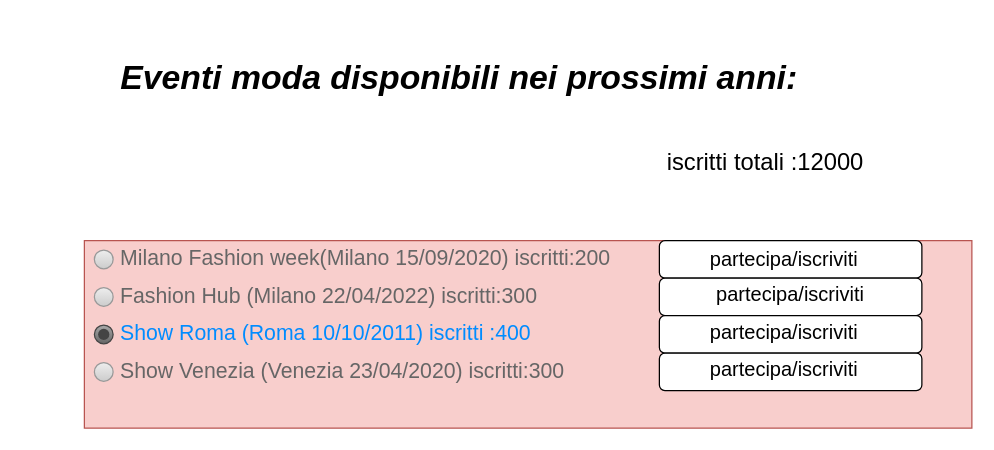
The draw.io diagram Untitled Diagram.drawio in giuliacangani02/wireframe, before the edit. Source tidied: cells renumbered, new cells numbered last; positions are measured from the earlier drawing's top-left corner, leaving out a move shared by most shapes. Both pictures are drawn from the tidied source at 125%, with x=0, y=0 at pixel (71, 21).
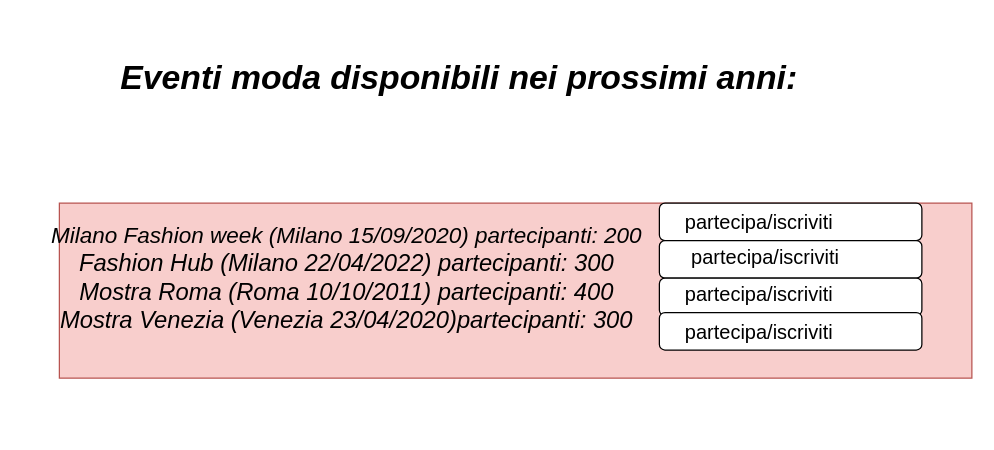
The same page after the edit.

Diff of the diagram source:
```diff
@@
 <mxGraphModel background="#ffffff">
   <root>
     <mxCell id="0" />
     <mxCell id="1" parent="0" />
-    <mxCell id="2" style="strokeWidth=1;shadow=0;dashed=0;align=center;html=1;shape=mxgraph.mockup.forms.rrect;rSize=0;strokeColor=#b85450;fillColor=#f8cecc;" parent="1" vertex="1">
-      <mxGeometry x="10" y="175" width="710" height="150" as="geometry" />
+    <mxCell id="2" style="strokeWidth=1;shadow=0;dashed=0;align=center;html=1;shape=mxgraph.mockup.forms.rrect;rSize=0;strokeColor=#b85450;fillColor=#f8cecc;fontSize=15;" parent="1" vertex="1">
+      <mxGeometry x="-10" y="145" width="730" height="140" as="geometry" />
     </mxCell>
-    <mxCell id="3" value="Milano Fashion week(Milano 15/09/2020) iscritti:200" style="shape=ellipse;rSize=0;fillColor=#eeeeee;strokeColor=#999999;gradientColor=#cccccc;html=1;align=left;spacingLeft=4;fontSize=17;fontColor=#666666;labelPosition=right;" parent="2" vertex="1">
-      <mxGeometry x="8" y="7.5" width="15" height="15" as="geometry" />
-    </mxCell>
-    <mxCell id="4" value="Fashion Hub (Milano 22/04/2022) iscritti:300" style="shape=ellipse;rSize=0;fillColor=#eeeeee;strokeColor=#999999;gradientColor=#cccccc;html=1;align=left;spacingLeft=4;fontSize=17;fontColor=#666666;labelPosition=right;" parent="2" vertex="1">
-      <mxGeometry x="8" y="37.5" width="15" height="15" as="geometry" />
-    </mxCell>
-    <mxCell id="5" value="Show Roma (Roma 10/10/2011) iscritti :400" style="shape=ellipse;rSize=0;fillColor=#aaaaaa;strokeColor=#444444;gradientColor=#666666;html=1;align=left;spacingLeft=4;fontSize=17;fontColor=#008cff;labelPosition=right;" parent="2" vertex="1">
-      <mxGeometry x="8" y="67.5" width="15" height="15" as="geometry" />
-    </mxCell>
-    <mxCell id="6" style="shape=ellipse;fillColor=#444444;strokeColor=none;html=1;" parent="5" vertex="1">
-      <mxGeometry x="3" y="3" width="9" height="9" as="geometry" />
-    </mxCell>
-    <mxCell id="7" value="Show Venezia (Venezia 23/04/2020) iscritti:300" style="shape=ellipse;rSize=0;fillColor=#eeeeee;strokeColor=#999999;gradientColor=#cccccc;html=1;align=left;spacingLeft=4;fontSize=17;fontColor=#666666;labelPosition=right;" parent="2" vertex="1">
-      <mxGeometry x="8" y="97.5" width="15" height="15" as="geometry" />
-    </mxCell>
     <mxCell id="8" style="rounded=1;whiteSpace=wrap;html=1;fontSize=16;" parent="2" vertex="1">
-      <mxGeometry x="460" width="210" height="30" as="geometry" />
+      <mxGeometry x="480" width="210" height="30" as="geometry" />
     </mxCell>
     <mxCell id="9" value="partecipa/iscriviti" style="text;html=1;strokeColor=none;fillColor=none;align=center;verticalAlign=middle;whiteSpace=wrap;rounded=0;fontSize=16;" parent="2" vertex="1">
       <mxGeometry x="540" y="5" width="40" height="20" as="geometry" />
     </mxCell>
     <mxCell id="10" style="rounded=1;whiteSpace=wrap;html=1;fontSize=16;" parent="2" vertex="1">
-      <mxGeometry x="460" y="30" width="210" height="30" as="geometry" />
+      <mxGeometry x="480" y="30" width="210" height="30" as="geometry" />
     </mxCell>
     <mxCell id="11" value="partecipa/iscriviti" style="text;html=1;strokeColor=none;fillColor=none;align=center;verticalAlign=middle;whiteSpace=wrap;rounded=0;fontSize=16;" parent="2" vertex="1">
       <mxGeometry x="545" y="32.5" width="40" height="20" as="geometry" />
     </mxCell>
     <mxCell id="12" style="rounded=1;whiteSpace=wrap;html=1;fontSize=16;" parent="2" vertex="1">
-      <mxGeometry x="460" y="60" width="210" height="30" as="geometry" />
+      <mxGeometry x="480" y="60" width="210" height="30" as="geometry" />
     </mxCell>
     <mxCell id="13" value="partecipa/iscriviti" style="text;html=1;strokeColor=none;fillColor=none;align=center;verticalAlign=middle;whiteSpace=wrap;rounded=0;fontSize=16;" parent="2" vertex="1">
       <mxGeometry x="540" y="62.5" width="40" height="20" as="geometry" />
     </mxCell>
     <mxCell id="14" style="rounded=1;whiteSpace=wrap;html=1;fontSize=16;" parent="2" vertex="1">
-      <mxGeometry x="460" y="90" width="210" height="30" as="geometry" />
+      <mxGeometry x="480" y="87.5" width="210" height="30" as="geometry" />
     </mxCell>
     <mxCell id="15" value="partecipa/iscriviti" style="text;html=1;strokeColor=none;fillColor=none;align=center;verticalAlign=middle;whiteSpace=wrap;rounded=0;fontSize=16;" parent="2" vertex="1">
       <mxGeometry x="540" y="92.5" width="40" height="20" as="geometry" />
     </mxCell>
+    <mxCell id="18" value="&lt;i&gt;&lt;font style=&quot;font-size: 19px&quot;&gt;&lt;span style=&quot;text-align: left&quot;&gt;&lt;font style=&quot;vertical-align: inherit ; font-size: 19px&quot;&gt;&lt;font style=&quot;vertical-align: inherit ; font-size: 19px&quot;&gt;&lt;font style=&quot;vertical-align: inherit ; font-size: 19px&quot;&gt;&lt;font style=&quot;vertical-align: inherit ; font-size: 19px&quot;&gt;&lt;font style=&quot;vertical-align: inherit ; font-size: 19px&quot;&gt;&lt;font style=&quot;vertical-align: inherit ; font-size: 19px&quot;&gt;&lt;font style=&quot;vertical-align: inherit ; font-size: 19px&quot;&gt;&lt;font style=&quot;vertical-align: inherit ; font-size: 19px&quot;&gt;&lt;font style=&quot;vertical-align: inherit ; font-size: 19px&quot;&gt;&lt;font style=&quot;vertical-align: inherit ; font-size: 19px&quot;&gt;&lt;font style=&quot;vertical-align: inherit ; font-size: 19px&quot;&gt;&lt;font style=&quot;vertical-align: inherit ; font-size: 19px&quot;&gt;&lt;font style=&quot;vertical-align: inherit ; font-size: 19px&quot;&gt;&lt;font style=&quot;vertical-align: inherit ; font-size: 19px&quot;&gt;&lt;font style=&quot;vertical-align: inherit ; font-size: 18px&quot;&gt;Milano Fashion week (Milano 15/09/2020) partecipanti: 200&lt;/font&gt;&lt;/font&gt;&lt;/font&gt;&lt;/font&gt;&lt;/font&gt;&lt;/font&gt;&lt;/font&gt;&lt;/font&gt;&lt;/font&gt;&lt;/font&gt;&lt;/font&gt;&lt;/font&gt;&lt;/font&gt;&lt;/font&gt;&lt;/font&gt;&lt;/span&gt;&lt;/font&gt;&lt;br&gt;&lt;span style=&quot;text-align: left&quot;&gt;&lt;font style=&quot;vertical-align: inherit ; font-size: 19px&quot;&gt;&lt;font style=&quot;vertical-align: inherit ; font-size: 19px&quot;&gt;&lt;font style=&quot;vertical-align: inherit ; font-size: 19px&quot;&gt;&lt;font style=&quot;vertical-align: inherit ; font-size: 19px&quot;&gt;&lt;font style=&quot;vertical-align: inherit ; font-size: 19px&quot;&gt;&lt;font style=&quot;vertical-align: inherit ; font-size: 19px&quot;&gt;&lt;font style=&quot;vertical-align: inherit ; font-size: 19px&quot;&gt;&lt;font style=&quot;vertical-align: inherit ; font-size: 19px&quot;&gt; Fashion Hub (Milano 22/04/2022) partecipanti: 300&lt;/font&gt;&lt;/font&gt;&lt;/font&gt;&lt;/font&gt;&lt;/font&gt;&lt;/font&gt;&lt;/font&gt;&lt;/font&gt;&lt;br&gt;&lt;/span&gt;&lt;span style=&quot;text-align: left&quot;&gt;&lt;font style=&quot;vertical-align: inherit ; font-size: 19px&quot;&gt;&lt;font style=&quot;vertical-align: inherit ; font-size: 19px&quot;&gt;&lt;font style=&quot;vertical-align: inherit ; font-size: 19px&quot;&gt;&lt;font style=&quot;vertical-align: inherit ; font-size: 19px&quot;&gt;&lt;font style=&quot;vertical-align: inherit ; font-size: 19px&quot;&gt;&lt;font style=&quot;vertical-align: inherit ; font-size: 19px&quot;&gt;Mostra Roma (Roma 10/10/2011) partecipanti: 400&lt;/font&gt;&lt;/font&gt;&lt;/font&gt;&lt;/font&gt;&lt;/font&gt;&lt;/font&gt;&lt;br&gt;&lt;/span&gt;&lt;span style=&quot;text-align: left&quot;&gt;&lt;font style=&quot;vertical-align: inherit ; font-size: 19px&quot;&gt;&lt;font style=&quot;vertical-align: inherit ; font-size: 19px&quot;&gt;&lt;font style=&quot;vertical-align: inherit ; font-size: 19px&quot;&gt;&lt;font style=&quot;vertical-align: inherit ; font-size: 19px&quot;&gt;Mostra Venezia (Venezia 23/04/2020)partecipanti: 300&lt;/font&gt;&lt;/font&gt;&lt;/font&gt;&lt;/font&gt;&lt;/span&gt;&lt;/i&gt;&lt;span style=&quot;color: rgb(102 , 102 , 102) ; font-size: 17px ; text-align: left&quot;&gt;&lt;br&gt;&lt;/span&gt;" style="text;html=1;strokeColor=none;fillColor=none;align=center;verticalAlign=middle;whiteSpace=wrap;rounded=0;" parent="2" vertex="1">
+      <mxGeometry x="-30" width="520" height="120" as="geometry" />
+    </mxCell>
     <mxCell id="16" value="Eventi moda disponibili nei prossimi anni:" style="text;html=1;align=center;verticalAlign=middle;whiteSpace=wrap;rounded=0;fontStyle=3;fontSize=27;" parent="1" vertex="1">
       <mxGeometry width="620" height="90" as="geometry" />
     </mxCell>
-    <mxCell id="17" value="iscritti totali :12000" style="text;html=1;strokeColor=none;fillColor=none;align=center;verticalAlign=middle;whiteSpace=wrap;rounded=0;fontSize=19;" parent="1" vertex="1">
-      <mxGeometry x="440" y="102" width="230" height="21" as="geometry" />
-    </mxCell>
   </root>
 </mxGraphModel>
```
